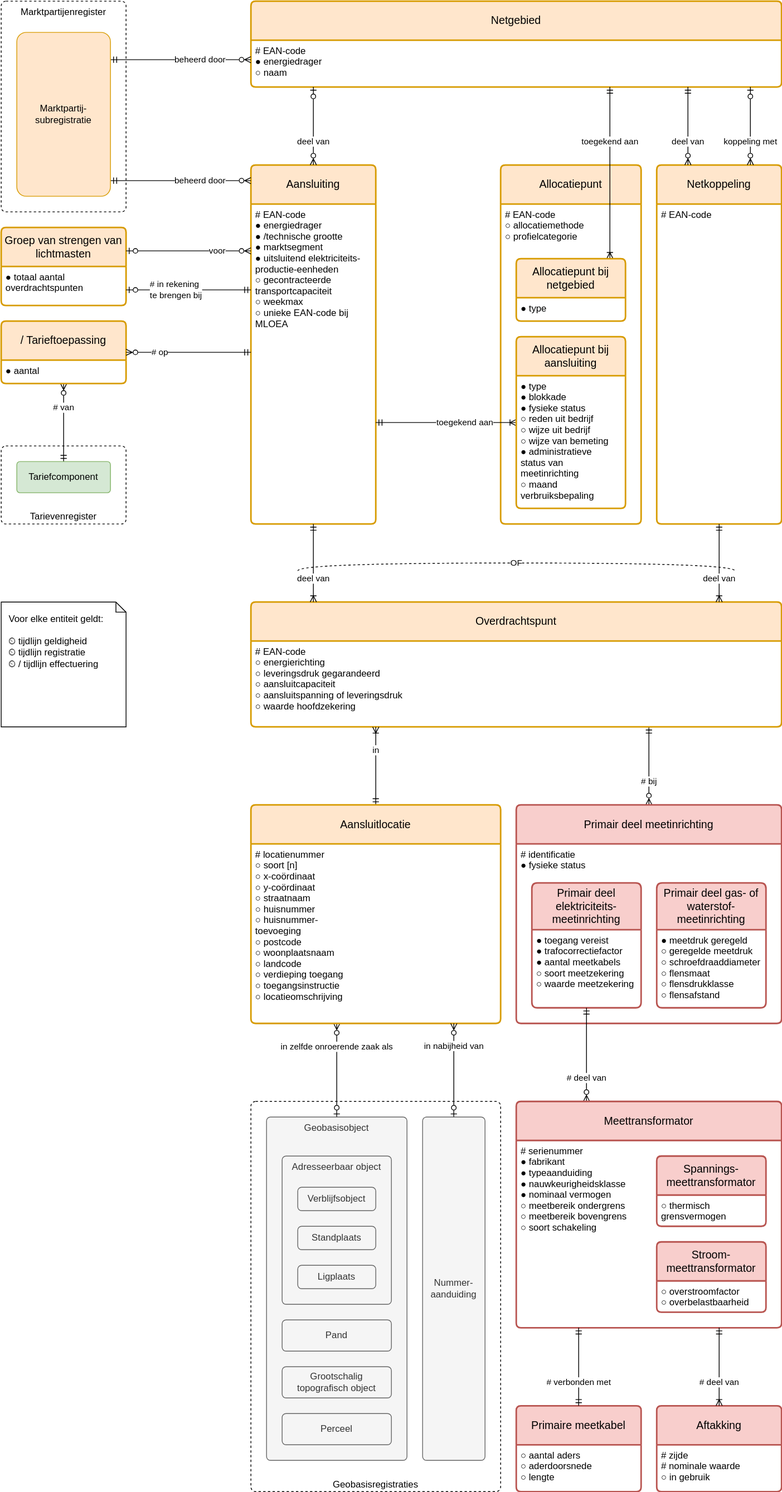
Before: registers/aansluitingenregister/1.4/aansluitingenregister.drawio.svg, a diagram exported from draw.io (Netbeheer-Nederland/stelsel). Source tidied: cells renumbered, new cells last; positions are measured from the earlier drawing's top-left corner, leaving out a move shared by most shapes.
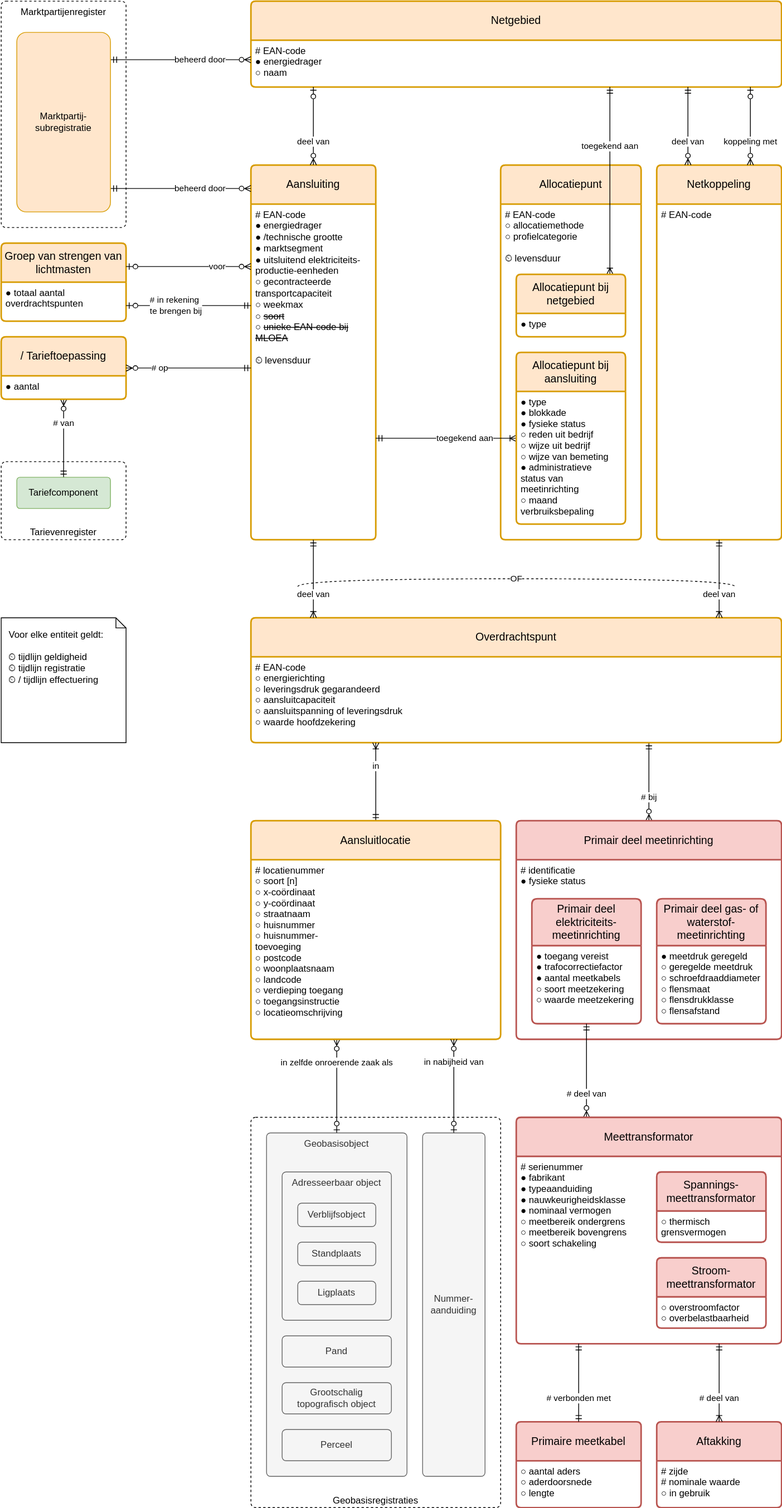
Later version of the same file.

The edit, as a diff of the source:
```diff
@@ -9,19 +9,19 @@
       <mxGeometry y="570" width="160" height="100" as="geometry" />
     </mxCell>
     <mxCell id="4" value="Marktpartijenregister" style="rounded=1;whiteSpace=wrap;html=1;verticalAlign=top;sketch=0;fontSize=12;dashed=1;arcSize=12;absoluteArcSize=1;" parent="1" vertex="1">
-      <mxGeometry width="160" height="270" as="geometry" />
+      <mxGeometry y="-20" width="160" height="290" as="geometry" />
     </mxCell>
     <mxCell id="5" value="Aansluiting" style="swimlane;horizontal=1;startSize=50;rounded=1;fontSize=14;fontStyle=0;strokeWidth=2;shadow=0;dashed=0;align=center;arcSize=4;whiteSpace=wrap;html=1;fillColor=#ffe6cc;strokeColor=#d79b00;" parent="1" vertex="1">
-      <mxGeometry x="320" y="210" width="160" height="460" as="geometry" />
+      <mxGeometry x="320" y="190" width="160" height="480" as="geometry" />
     </mxCell>
-    <mxCell id="6" value="# EAN-code&#10;● energiedrager&#10;● /technische grootte&#10;● marktsegment&#10;● uitsluitend elektriciteits-&#10;   productie-eenheden&#10;○ gecontracteerde&#10;   transportcapaciteit&#10;○ weekmax&#10;○ unieke EAN-code bij&#10;   MLOEA" style="align=left;strokeColor=none;fillColor=none;spacingLeft=4;fontSize=12;verticalAlign=top;fontColor=default;" parent="5" vertex="1">
-      <mxGeometry y="50" width="160" height="410" as="geometry" />
+    <mxCell id="6" value="# EAN-code&lt;br&gt;●&amp;nbsp;energiedrager&lt;br&gt;● /technische grootte&lt;br&gt;●&amp;nbsp;marktsegment&lt;br&gt;● uitsluitend elektriciteits-&lt;br&gt;&amp;nbsp; &amp;nbsp;productie-eenheden&lt;br&gt;○ gecontracteerde&lt;br&gt;&amp;nbsp; &amp;nbsp;transportcapaciteit&lt;br&gt;○ weekmax&lt;br&gt;○ &lt;strike&gt;soort&lt;/strike&gt;&lt;br&gt;○ &lt;strike&gt;unieke EAN-code bij&lt;/strike&gt;&lt;br&gt;&amp;nbsp; &amp;nbsp;&lt;strike&gt;MLOEA&lt;/strike&gt;&lt;br&gt;&lt;br&gt;⏲ levensduur" style="align=left;strokeColor=none;fillColor=none;spacingLeft=4;fontSize=12;verticalAlign=top;fontColor=default;html=1;" parent="5" vertex="1">
+      <mxGeometry y="50" width="160" height="430" as="geometry" />
     </mxCell>
     <mxCell id="7" value="Allocatiepunt" style="swimlane;horizontal=1;startSize=50;rounded=1;fontSize=14;fontStyle=0;strokeWidth=2;shadow=0;dashed=0;align=center;arcSize=4;whiteSpace=wrap;html=1;fillColor=#ffe6cc;strokeColor=#d79b00;" parent="1" vertex="1">
-      <mxGeometry x="640" y="210" width="180" height="460" as="geometry" />
+      <mxGeometry x="640" y="190" width="180" height="480" as="geometry" />
     </mxCell>
-    <mxCell id="8" value="# EAN-code&#10;○ allocatiemethode&#10;○ profielcategorie" style="align=left;strokeColor=none;fillColor=none;spacingLeft=4;fontSize=12;verticalAlign=top;fontColor=default;" parent="7" vertex="1">
-      <mxGeometry y="50" width="180" height="410" as="geometry" />
+    <mxCell id="8" value="# EAN-code&#10;○ allocatiemethode&#10;○ profielcategorie&#10;&#10;⏲ levensduur" style="align=left;strokeColor=none;fillColor=none;spacingLeft=4;fontSize=12;verticalAlign=top;fontColor=default;" parent="7" vertex="1">
+      <mxGeometry y="50" width="180" height="430" as="geometry" />
     </mxCell>
     <mxCell id="9" value="Overdrachtspunt" style="swimlane;horizontal=1;startSize=50;rounded=1;fontSize=14;fontStyle=0;strokeWidth=2;shadow=0;dashed=0;align=center;arcSize=4;whiteSpace=wrap;html=1;fillColor=#ffe6cc;strokeColor=#d79b00;" parent="1" vertex="1">
       <mxGeometry x="320" y="770" width="680" height="160" as="geometry" />
@@ -41,7 +41,7 @@
       <mxGeometry x="0.4" relative="1" as="geometry" />
     </mxCell>
     <mxCell id="14" value="Netgebied" style="swimlane;horizontal=1;startSize=50;rounded=1;fontSize=14;fontStyle=0;strokeWidth=2;shadow=0;dashed=0;align=center;fillColor=#ffe6cc;strokeColor=#d79b00;arcSize=4;whiteSpace=wrap;html=1;" parent="1" vertex="1">
-      <mxGeometry x="320" width="680" height="110" as="geometry" />
+      <mxGeometry x="320" y="-20" width="680" height="110" as="geometry" />
     </mxCell>
     <mxCell id="15" value="# EAN-code&#10;● energiedrager&#10;○ naam" style="align=left;strokeColor=none;fillColor=none;spacingLeft=4;fontSize=12;verticalAlign=top;fontColor=default;" parent="14" vertex="1">
       <mxGeometry y="50" width="680" height="60" as="geometry" />
@@ -108,10 +108,10 @@
       </mxGeometry>
     </mxCell>
     <mxCell id="29" value="Netkoppeling" style="swimlane;horizontal=1;startSize=50;rounded=1;fontSize=14;fontStyle=0;strokeWidth=2;shadow=0;dashed=0;align=center;fillColor=#ffe6cc;strokeColor=#d79b00;arcSize=4;whiteSpace=wrap;html=1;" parent="1" vertex="1">
-      <mxGeometry x="840" y="210" width="160" height="460" as="geometry" />
+      <mxGeometry x="840" y="190" width="160" height="480" as="geometry" />
     </mxCell>
     <mxCell id="30" value="# EAN-code" style="align=left;strokeColor=none;fillColor=none;spacingLeft=4;fontSize=12;verticalAlign=top;fontColor=default;" parent="29" vertex="1">
-      <mxGeometry y="50" width="160" height="410" as="geometry" />
+      <mxGeometry y="50" width="160" height="430" as="geometry" />
     </mxCell>
     <mxCell id="31" value="Allocatiepunt bij aansluiting" style="swimlane;horizontal=1;startSize=50;rounded=1;fontSize=14;fontStyle=0;strokeWidth=2;shadow=0;dashed=0;align=center;fillColor=#ffe6cc;strokeColor=#d79b00;arcSize=4;whiteSpace=wrap;html=1;" parent="1" vertex="1">
       <mxGeometry x="660" y="430" width="140" height="220" as="geometry" />
@@ -153,7 +153,7 @@
       </mxGeometry>
     </mxCell>
     <mxCell id="39" value="Marktpartij-subregistratie" style="rounded=1;arcSize=10;whiteSpace=wrap;html=1;align=center;fillColor=#ffe6cc;strokeColor=#d79b00;" parent="1" vertex="1">
-      <mxGeometry x="20" y="40" width="120" height="210" as="geometry" />
+      <mxGeometry x="20" y="20" width="120" height="230" as="geometry" />
     </mxCell>
     <mxCell id="40" value="Tariefcomponent" style="rounded=1;arcSize=10;whiteSpace=wrap;html=1;align=center;fillColor=#d5e8d4;strokeColor=#82b366;" parent="1" vertex="1">
       <mxGeometry x="20" y="590" width="120" height="40" as="geometry" />
```
